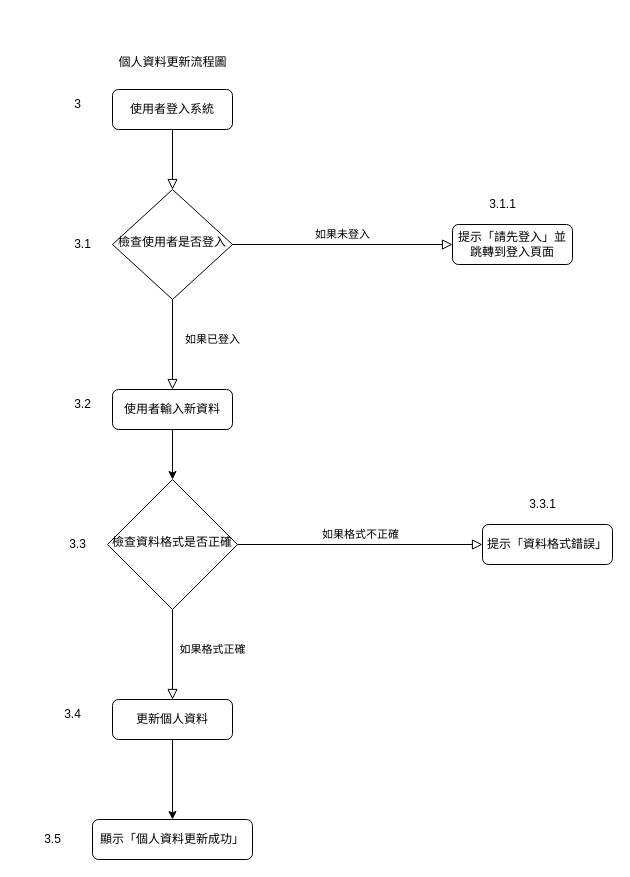
Earlier version of the draw.io diagram 系統流程圖(個人資料更新).drawio (hak99101314/Maintenance-inquiry-system). Source tidied: cells renumbered, new cells numbered last; positions are measured from the earlier drawing's top-left corner, leaving out a move shared by most shapes. Both pictures are drawn from the tidied source at 100%, with x=0, y=0 at pixel (32, 47).
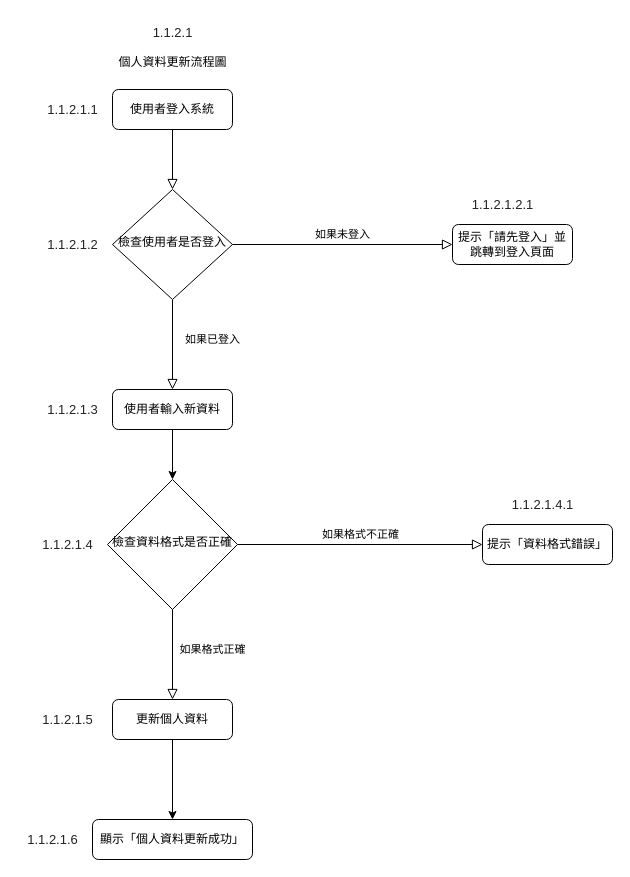
After the change.

Commit message:
更新系統流程圖(個人資料更新).drawio

What changed in the source:
```diff
@@
-    <mxCell id="18" value="3" style="text;html=1;align=center;verticalAlign=middle;strokeColor=none;fillColor=none;" parent="1" vertex="1">
-      <mxGeometry x="30" y="42" width="30" height="30" as="geometry" />
+    <mxCell id="18" value="&lt;span style=&quot;color: rgb(34, 34, 34); font-family: Arial, Helvetica, sans-serif; font-size: small; text-align: start; text-wrap-mode: wrap; background-color: rgb(255, 255, 255);&quot;&gt;1.1.2.1.1&lt;/span&gt;" style="text;html=1;align=center;verticalAlign=middle;strokeColor=none;fillColor=none;" parent="1" vertex="1">
+      <mxGeometry x="5" y="47" width="70" height="30" as="geometry" />
     </mxCell>
-    <mxCell id="19" value="3.1" style="text;html=1;align=center;verticalAlign=middle;strokeColor=none;fillColor=none;" parent="1" vertex="1">
-      <mxGeometry x="30" y="182" width="40" height="30" as="geometry" />
+    <mxCell id="19" value="&lt;span style=&quot;color: rgb(34, 34, 34); font-family: Arial, Helvetica, sans-serif; font-size: small; text-align: start; text-wrap-mode: wrap; background-color: rgb(255, 255, 255);&quot;&gt;1.1.2.1.2&lt;/span&gt;" style="text;html=1;align=center;verticalAlign=middle;strokeColor=none;fillColor=none;" parent="1" vertex="1">
+      <mxGeometry x="5" y="182" width="70" height="30" as="geometry" />
     </mxCell>
-    <mxCell id="20" value="3.1.1" style="text;html=1;align=center;verticalAlign=middle;strokeColor=none;fillColor=none;" parent="1" vertex="1">
-      <mxGeometry x="445" y="142" width="50" height="30" as="geometry" />
+    <mxCell id="20" value="&lt;span style=&quot;color: rgb(34, 34, 34); font-family: Arial, Helvetica, sans-serif; font-size: small; text-align: start; text-wrap-mode: wrap; background-color: rgb(255, 255, 255);&quot;&gt;1.1.2.1.2.1&lt;/span&gt;" style="text;html=1;align=center;verticalAlign=middle;strokeColor=none;fillColor=none;" parent="1" vertex="1">
+      <mxGeometry x="430" y="142" width="80" height="30" as="geometry" />
     </mxCell>
-    <mxCell id="21" value="3.2" style="text;html=1;align=center;verticalAlign=middle;strokeColor=none;fillColor=none;" parent="1" vertex="1">
-      <mxGeometry x="30" y="342" width="40" height="30" as="geometry" />
+    <mxCell id="21" value="&lt;span style=&quot;color: rgb(34, 34, 34); font-family: Arial, Helvetica, sans-serif; font-size: small; text-align: start; text-wrap-mode: wrap; background-color: rgb(255, 255, 255);&quot;&gt;1.1.2.1.3&lt;/span&gt;" style="text;html=1;align=center;verticalAlign=middle;strokeColor=none;fillColor=none;" parent="1" vertex="1">
+      <mxGeometry x="5" y="347" width="70" height="30" as="geometry" />
     </mxCell>
-    <mxCell id="22" value="3.3" style="text;html=1;align=center;verticalAlign=middle;strokeColor=none;fillColor=none;" parent="1" vertex="1">
-      <mxGeometry x="25" y="482" width="40" height="30" as="geometry" />
+    <mxCell id="22" value="&lt;span style=&quot;color: rgb(34, 34, 34); font-family: Arial, Helvetica, sans-serif; font-size: small; text-align: start; text-wrap-mode: wrap; background-color: rgb(255, 255, 255);&quot;&gt;1.1.2.1.4&lt;/span&gt;" style="text;html=1;align=center;verticalAlign=middle;strokeColor=none;fillColor=none;" parent="1" vertex="1">
+      <mxGeometry y="482" width="70" height="30" as="geometry" />
     </mxCell>
-    <mxCell id="23" value="3.3.1" style="text;html=1;align=center;verticalAlign=middle;strokeColor=none;fillColor=none;" parent="1" vertex="1">
-      <mxGeometry x="485" y="442" width="50" height="30" as="geometry" />
+    <mxCell id="23" value="&lt;span style=&quot;color: rgb(34, 34, 34); font-family: Arial, Helvetica, sans-serif; font-size: small; text-align: start; text-wrap-mode: wrap; background-color: rgb(255, 255, 255);&quot;&gt;1.1.2.1.4.1&lt;/span&gt;" style="text;html=1;align=center;verticalAlign=middle;strokeColor=none;fillColor=none;" parent="1" vertex="1">
+      <mxGeometry x="470" y="442" width="80" height="30" as="geometry" />
     </mxCell>
-    <mxCell id="24" value="3.4" style="text;html=1;align=center;verticalAlign=middle;strokeColor=none;fillColor=none;" parent="1" vertex="1">
-      <mxGeometry x="20" y="652" width="40" height="30" as="geometry" />
+    <mxCell id="24" value="&lt;span style=&quot;color: rgb(34, 34, 34); font-family: Arial, Helvetica, sans-serif; font-size: small; text-align: start; text-wrap-mode: wrap; background-color: rgb(255, 255, 255);&quot;&gt;1.1.2.1.5&lt;/span&gt;" style="text;html=1;align=center;verticalAlign=middle;strokeColor=none;fillColor=none;" parent="1" vertex="1">
+      <mxGeometry y="657" width="70" height="30" as="geometry" />
     </mxCell>
-    <mxCell id="25" value="3.5" style="text;html=1;align=center;verticalAlign=middle;strokeColor=none;fillColor=none;" parent="1" vertex="1">
-      <mxGeometry y="777" width="40" height="30" as="geometry" />
+    <mxCell id="25" value="&lt;span style=&quot;color: rgb(34, 34, 34); font-family: Arial, Helvetica, sans-serif; font-size: small; text-align: start; text-wrap-mode: wrap; background-color: rgb(255, 255, 255);&quot;&gt;1.1.2.1.6&lt;/span&gt;" style="text;html=1;align=center;verticalAlign=middle;strokeColor=none;fillColor=none;" parent="1" vertex="1">
+      <mxGeometry x="-15" y="777" width="70" height="30" as="geometry" />
     </mxCell>
+    <mxCell id="26" value="&lt;span style=&quot;color: rgb(34, 34, 34); font-family: Arial, Helvetica, sans-serif; font-size: small; text-align: start; text-wrap-mode: wrap; background-color: rgb(255, 255, 255);&quot;&gt;1.1.2.1&lt;/span&gt;" style="text;html=1;align=center;verticalAlign=middle;strokeColor=none;fillColor=none;" parent="1" vertex="1">
+      <mxGeometry x="110" y="-30" width="60" height="30" as="geometry" />
+    </mxCell>
```
